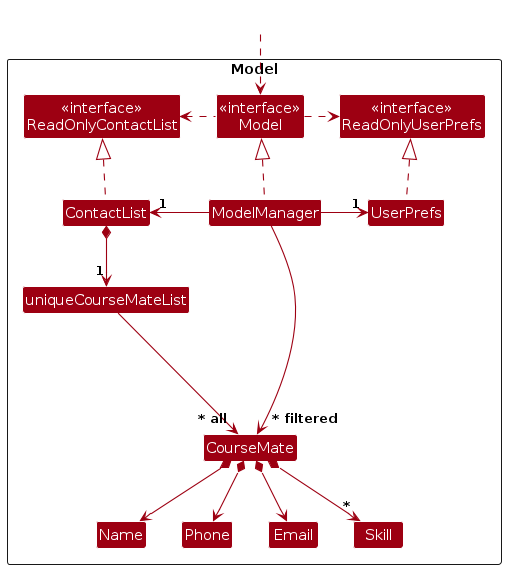
This is diagrams/ModelClassDiagram.png from benson1029/tp, a PlantUML export, as it was before one commit. Its source is kept beside it as diagrams/ModelClassDiagram.puml. The source it was exported from:
```plantuml
@startuml
!include style.puml
skinparam arrowThickness 1.1
skinparam arrowColor MODEL_COLOR
skinparam classBackgroundColor MODEL_COLOR

Package Model as ModelPackage <<Rectangle>>{
Class "<<interface>>\nReadOnlyContactList" as ReadOnlyContactList
Class "<<interface>>\nReadOnlyUserPrefs" as ReadOnlyUserPrefs
Class "<<interface>>\nModel" as Model
Class ContactList
Class ModelManager
Class UserPrefs

Class uniqueCourseMateList
Class CourseMate
Class Email
Class Name
Class Phone
Class Skill

Class I #FFFFFF
}

Class HiddenOutside #FFFFFF
HiddenOutside ..> Model

ContactList .up.|> ReadOnlyContactList

ModelManager .up.|> Model
Model .right.> ReadOnlyUserPrefs
Model .left.> ReadOnlyContactList
ModelManager -left-> "1" ContactList
ModelManager -right-> "1" UserPrefs
UserPrefs .up.|> ReadOnlyUserPrefs

ContactList *--> "1" uniqueCourseMateList
uniqueCourseMateList --> "~* all" CourseMate
CourseMate *--> Name
CourseMate *--> Phone
CourseMate *--> Email
CourseMate *--> "*" Skill

CourseMate -[hidden]up--> I
uniqueCourseMateList -[hidden]right-> I

Name -[hidden]right-> Phone
ModelManager --> "~* filtered" CourseMate


@enduml
```
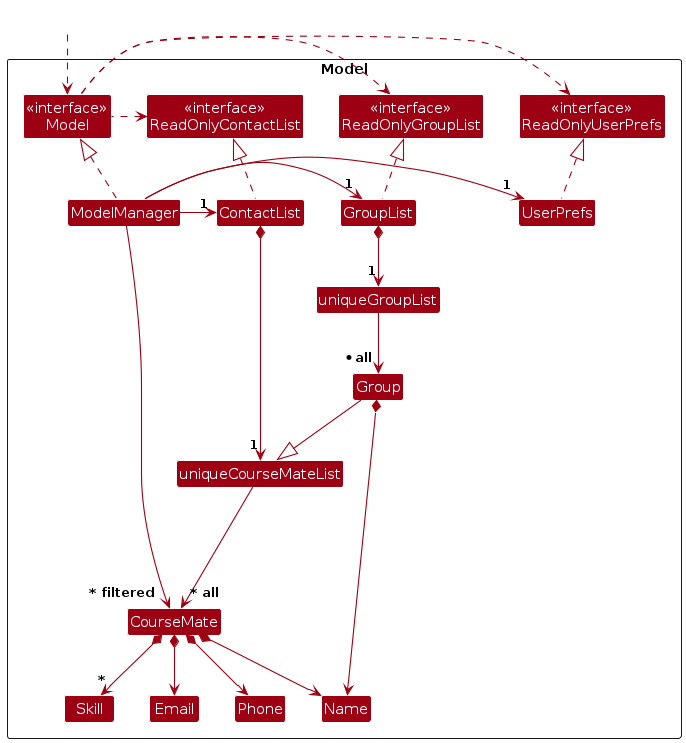
Later version of the same file.

The edit, as a diff of the source:
```diff
@@ -7,10 +7,12 @@
 Package Model as ModelPackage <<Rectangle>>{
 Class "<<interface>>\nReadOnlyContactList" as ReadOnlyContactList
 Class "<<interface>>\nReadOnlyUserPrefs" as ReadOnlyUserPrefs
+Class "<<interface>>\nReadOnlyGroupList" as ReadOnlyGroupList
 Class "<<interface>>\nModel" as Model
 Class ContactList
 Class ModelManager
 Class UserPrefs
+Class GroupList
 
 Class uniqueCourseMateList
 Class CourseMate
@@ -18,6 +20,9 @@
 Class Name
 Class Phone
 Class Skill
+
+Class uniqueGroupList
+Class Group
 
 Class I #FFFFFF
 }
@@ -29,10 +34,13 @@
 
 ModelManager .up.|> Model
 Model .right.> ReadOnlyUserPrefs
+Model .right.> ReadOnlyGroupList
 Model .left.> ReadOnlyContactList
 ModelManager -left-> "1" ContactList
 ModelManager -right-> "1" UserPrefs
+ModelManager -right-> "1" GroupList
 UserPrefs .up.|> ReadOnlyUserPrefs
+GroupList .up.|> ReadOnlyGroupList
 
 ContactList *--> "1" uniqueCourseMateList
 uniqueCourseMateList --> "~* all" CourseMate
@@ -40,6 +48,11 @@
 CourseMate *--> Phone
 CourseMate *--> Email
 CourseMate *--> "*" Skill
+
+GroupList *--> "1" uniqueGroupList
+uniqueGroupList --> "* all" Group
+Group --|> uniqueCourseMateList
+Group *--> Name
 
 CourseMate -[hidden]up--> I
 uniqueCourseMateList -[hidden]right-> I
```
